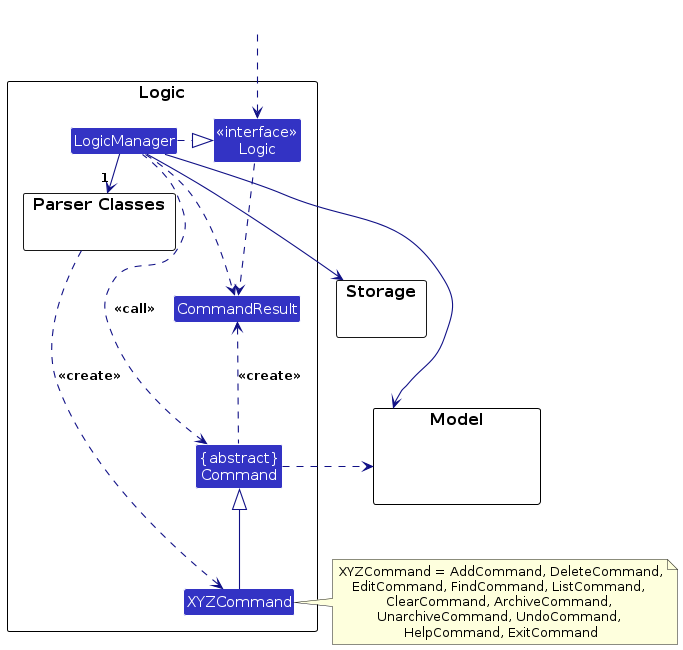
Earlier version of the PlantUML export diagrams/LogicClassDiagram.png (AY2526S2-CS2103T-W13-2/tp). Its source is kept beside it as diagrams/LogicClassDiagram.puml.
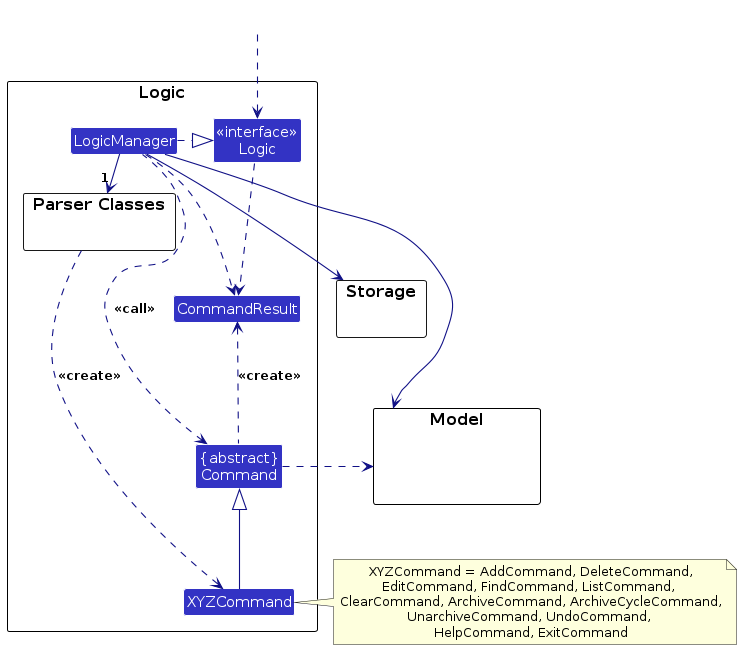
Above is the later version.

The edit, as a diff of the source:
```diff
@@ -39,7 +39,7 @@
 Storage --[hidden] Model
 Command .[hidden]up.> Storage
 Command .right.> Model
-note right of XYZCommand: XYZCommand = AddCommand, DeleteCommand,\nEditCommand, FindCommand, ListCommand, \nClearCommand, ArchiveCommand, \nUnarchiveCommand, UndoCommand, \nHelpCommand, ExitCommand
+note right of XYZCommand: XYZCommand = AddCommand, DeleteCommand,\nEditCommand, FindCommand, ListCommand, \nClearCommand, ArchiveCommand, ArchiveCycleCommand,\nUnarchiveCommand, UndoCommand, \nHelpCommand, ExitCommand
 
 Logic ..> CommandResult
 LogicManager .down.> CommandResult
```
